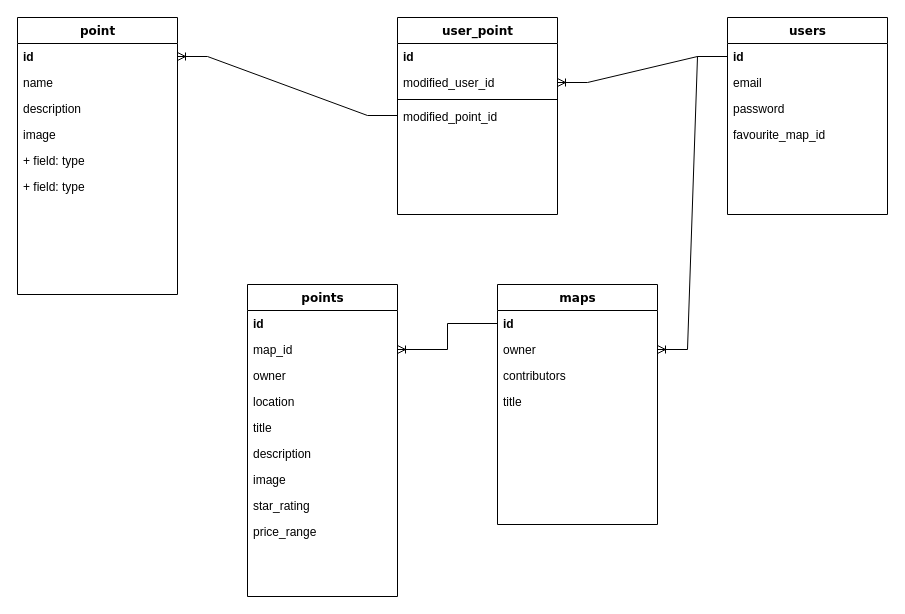
Ruanruanx/wikiMap keeps this draw.io diagram as planning/ERD.drawio. Above is the earlier version. Source tidied: cells renumbered, new cells numbered last; positions are measured from the earlier drawing's top-left corner, leaving out a move shared by most shapes. Both pictures are drawn from the tidied source at 100%, with x=0, y=0 at pixel (17, 17).
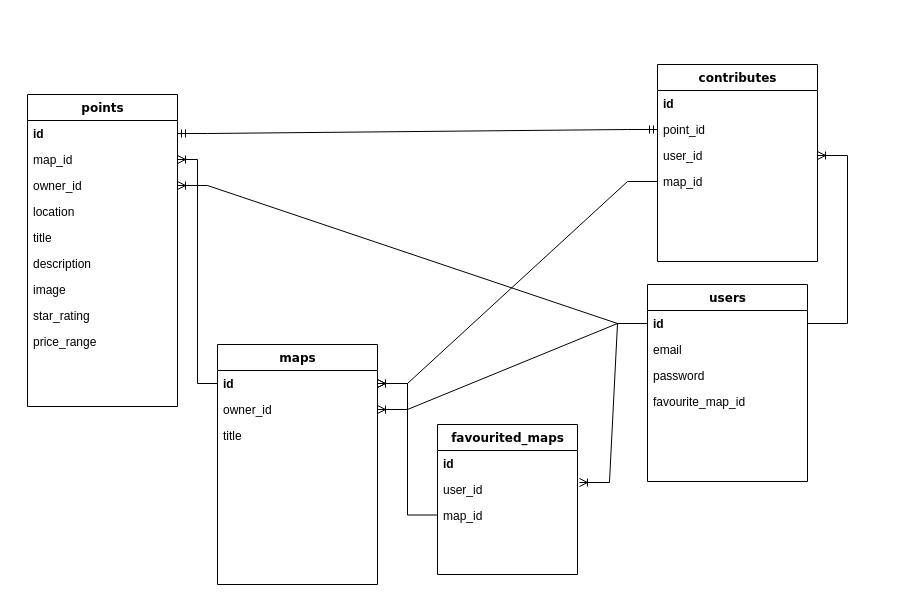
The same diagram, later.

The change refers to these unchanged cells:
```xml
<mxCell id="3" value="&lt;b&gt;id&lt;/b&gt;" style="text;html=1;strokeColor=none;fillColor=none;align=left;verticalAlign=top;spacingLeft=4;spacingRight=4;whiteSpace=wrap;overflow=hidden;points=[[0,0.5],[1,0.5]];portConstraint=eastwest;" parent="2" vertex="1">
  <mxGeometry y="26" width="160" height="26" as="geometry" />
</mxCell>
<mxCell id="15" value="&lt;b&gt;id&lt;/b&gt;" style="text;html=1;strokeColor=none;fillColor=none;align=left;verticalAlign=top;spacingLeft=4;spacingRight=4;whiteSpace=wrap;overflow=hidden;points=[[0,0.5],[1,0.5]];portConstraint=eastwest;" parent="14" vertex="1">
  <mxGeometry y="26" width="160" height="26" as="geometry" />
</mxCell>
<mxCell id="28" value="id" style="text;html=1;strokeColor=none;fillColor=none;align=left;verticalAlign=top;spacingLeft=4;spacingRight=4;whiteSpace=wrap;overflow=hidden;points=[[0,0.5],[1,0.5]];portConstraint=eastwest;fontStyle=1;" parent="27" vertex="1">
  <mxGeometry y="26" width="150" height="26" as="geometry" />
</mxCell>
```

Diff of the diagram source:
```diff
@@
     <mxCell id="2" value="maps" style="swimlane;html=1;fontStyle=1;align=center;verticalAlign=top;horizontal=1;startSize=26;swimlaneFillColor=#ffffff;rounded=0;shadow=0;comic=0;labelBackgroundColor=none;strokeWidth=1;fillColor=none;fontFamily=Verdana;fontSize=12;" parent="1" vertex="1">
-      <mxGeometry x="480" y="267" width="160" height="240" as="geometry" />
+      <mxGeometry x="200" y="327" width="160" height="240" as="geometry" />
     </mxCell>
@@
-    <mxCell id="4" value="owner" style="text;html=1;strokeColor=none;fillColor=none;align=left;verticalAlign=top;spacingLeft=4;spacingRight=4;whiteSpace=wrap;overflow=hidden;points=[[0,0.5],[1,0.5]];portConstraint=eastwest;" parent="2" vertex="1">
+    <mxCell id="4" value="owner_id&lt;br&gt;" style="text;html=1;strokeColor=none;fillColor=none;align=left;verticalAlign=top;spacingLeft=4;spacingRight=4;whiteSpace=wrap;overflow=hidden;points=[[0,0.5],[1,0.5]];portConstraint=eastwest;" parent="2" vertex="1">
       <mxGeometry y="52" width="160" height="26" as="geometry" />
     </mxCell>
-    <mxCell id="5" value="contributors" style="text;html=1;strokeColor=none;fillColor=none;align=left;verticalAlign=top;spacingLeft=4;spacingRight=4;whiteSpace=wrap;overflow=hidden;" parent="2" vertex="1">
-      <mxGeometry y="78" width="160" height="26" as="geometry" />
-    </mxCell>
     <mxCell id="6" value="title" style="text;html=1;strokeColor=none;fillColor=none;align=left;verticalAlign=top;spacingLeft=4;spacingRight=4;whiteSpace=wrap;overflow=hidden;" parent="2" vertex="1">
-      <mxGeometry y="104" width="160" height="25" as="geometry" />
+      <mxGeometry y="78" width="160" height="25" as="geometry" />
     </mxCell>
-    <mxCell id="7" value="point" style="swimlane;html=1;fontStyle=1;align=center;verticalAlign=top;horizontal=1;startSize=26;swimlaneFillColor=#ffffff;rounded=0;shadow=0;comic=0;labelBackgroundColor=none;strokeWidth=1;fillColor=none;fontFamily=Verdana;fontSize=12;" parent="1" vertex="1">
-      <mxGeometry width="160" height="277" as="geometry" />
-    </mxCell>
-    <mxCell id="8" value="id" style="text;html=1;strokeColor=none;fillColor=none;align=left;verticalAlign=top;spacingLeft=4;spacingRight=4;whiteSpace=wrap;overflow=hidden;points=[[0,0.5],[1,0.5]];portConstraint=eastwest;fontStyle=1;" parent="7" vertex="1">
-      <mxGeometry y="26" width="160" height="26" as="geometry" />
-    </mxCell>
-    <mxCell id="9" value="name" style="text;html=1;strokeColor=none;fillColor=none;align=left;verticalAlign=top;spacingLeft=4;spacingRight=4;whiteSpace=wrap;overflow=hidden;" parent="7" vertex="1">
-      <mxGeometry y="52" width="160" height="26" as="geometry" />
-    </mxCell>
-    <mxCell id="10" value="description" style="text;html=1;strokeColor=none;fillColor=none;align=left;verticalAlign=top;spacingLeft=4;spacingRight=4;whiteSpace=wrap;overflow=hidden;" parent="7" vertex="1">
-      <mxGeometry y="78" width="160" height="26" as="geometry" />
-    </mxCell>
-    <mxCell id="11" value="image" style="text;html=1;strokeColor=none;fillColor=none;align=left;verticalAlign=top;spacingLeft=4;spacingRight=4;whiteSpace=wrap;overflow=hidden;" parent="7" vertex="1">
-      <mxGeometry y="104" width="160" height="26" as="geometry" />
-    </mxCell>
-    <mxCell id="12" value="+ field: type" style="text;html=1;strokeColor=none;fillColor=none;align=left;verticalAlign=top;spacingLeft=4;spacingRight=4;whiteSpace=wrap;overflow=hidden;" parent="7" vertex="1">
-      <mxGeometry y="130" width="160" height="26" as="geometry" />
-    </mxCell>
-    <mxCell id="13" value="+ field: type" style="text;html=1;strokeColor=none;fillColor=none;align=left;verticalAlign=top;spacingLeft=4;spacingRight=4;whiteSpace=wrap;overflow=hidden;" parent="7" vertex="1">
-      <mxGeometry y="156" width="160" height="26" as="geometry" />
-    </mxCell>
     <mxCell id="14" value="users" style="swimlane;html=1;fontStyle=1;align=center;verticalAlign=top;horizontal=1;startSize=26;swimlaneFillColor=#ffffff;rounded=0;shadow=0;comic=0;labelBackgroundColor=none;strokeWidth=1;fillColor=none;fontFamily=Verdana;fontSize=12;" parent="1" vertex="1">
-      <mxGeometry x="710" width="160" height="197" as="geometry" />
+      <mxGeometry x="630" y="267" width="160" height="197" as="geometry" />
     </mxCell>
@@
-    <mxCell id="19" value="user_point" style="swimlane;html=1;fontStyle=1;align=center;verticalAlign=top;horizontal=1;startSize=26;swimlaneFillColor=#ffffff;rounded=0;shadow=0;comic=0;labelBackgroundColor=none;strokeWidth=1;fillColor=none;fontFamily=Verdana;fontSize=12;" parent="1" vertex="1">
-      <mxGeometry x="380" width="160" height="197" as="geometry" />
-    </mxCell>
-    <mxCell id="20" value="&lt;b&gt;id&lt;/b&gt;" style="text;html=1;strokeColor=none;fillColor=none;align=left;verticalAlign=top;spacingLeft=4;spacingRight=4;whiteSpace=wrap;overflow=hidden;" parent="19" vertex="1">
-      <mxGeometry y="26" width="160" height="26" as="geometry" />
-    </mxCell>
-    <mxCell id="21" value="modified_user_id" style="text;html=1;strokeColor=none;fillColor=none;align=left;verticalAlign=top;spacingLeft=4;spacingRight=4;whiteSpace=wrap;overflow=hidden;points=[[0,0.5],[1,0.5]];portConstraint=eastwest;" parent="19" vertex="1">
-      <mxGeometry y="52" width="160" height="26" as="geometry" />
-    </mxCell>
-    <mxCell id="22" style="line;html=1;strokeWidth=1;fillColor=none;align=left;verticalAlign=middle;spacingTop=-1;spacingLeft=3;spacingRight=3;labelPosition=right;" parent="19" vertex="1">
-      <mxGeometry y="78" width="160" height="8" as="geometry" />
-    </mxCell>
-    <mxCell id="23" value="modified_point_id" style="text;html=1;strokeColor=none;fillColor=none;align=left;verticalAlign=top;spacingLeft=4;spacingRight=4;whiteSpace=wrap;overflow=hidden;points=[[0,0.5],[1,0.5]];portConstraint=eastwest;" parent="19" vertex="1">
-      <mxGeometry y="86" width="160" height="24" as="geometry" />
-    </mxCell>
-    <mxCell id="24" style="edgeStyle=entityRelationEdgeStyle;fontSize=12;html=1;endArrow=ERoneToMany;rounded=0;exitX=0;exitY=0.5;exitDx=0;exitDy=0;entryX=1;entryY=0.5;entryDx=0;entryDy=0;" parent="1" edge="1" source="15" target="21">
-      <mxGeometry relative="1" as="geometry" />
-    </mxCell>
-    <mxCell id="25" style="edgeStyle=entityRelationEdgeStyle;fontSize=12;html=1;endArrow=ERoneToMany;rounded=0;exitX=0;exitY=0.5;exitDx=0;exitDy=0;" parent="1" edge="1" source="23" target="8">
-      <mxGeometry relative="1" as="geometry" />
-    </mxCell>
@@
     <mxCell id="27" value="points" style="swimlane;html=1;fontStyle=1;align=center;verticalAlign=top;horizontal=1;startSize=26;swimlaneFillColor=#ffffff;rounded=0;shadow=0;comic=0;labelBackgroundColor=none;strokeWidth=1;fillColor=none;fontFamily=Verdana;fontSize=12;" parent="1" vertex="1">
-      <mxGeometry x="230" y="267" width="150" height="312" as="geometry" />
+      <mxGeometry x="10" y="77" width="150" height="312" as="geometry" />
     </mxCell>
@@
-    <mxCell id="30" value="owner" style="text;html=1;strokeColor=none;fillColor=none;align=left;verticalAlign=top;spacingLeft=4;spacingRight=4;whiteSpace=wrap;overflow=hidden;points=[[0,0.5],[1,0.5]];portConstraint=eastwest;" parent="27" vertex="1">
+    <mxCell id="30" value="owner_id" style="text;html=1;strokeColor=none;fillColor=none;align=left;verticalAlign=top;spacingLeft=4;spacingRight=4;whiteSpace=wrap;overflow=hidden;points=[[0,0.5],[1,0.5]];portConstraint=eastwest;" parent="27" vertex="1">
       <mxGeometry y="78" width="150" height="26" as="geometry" />
     </mxCell>
@@
+    <mxCell id="38" value="contributes" style="swimlane;html=1;fontStyle=1;align=center;verticalAlign=top;horizontal=1;startSize=26;swimlaneFillColor=#ffffff;rounded=0;shadow=0;comic=0;labelBackgroundColor=none;strokeWidth=1;fillColor=none;fontFamily=Verdana;fontSize=12;" parent="1" vertex="1">
+      <mxGeometry x="640" y="47" width="160" height="197" as="geometry" />
+    </mxCell>
+    <mxCell id="20" value="&lt;b&gt;id&lt;/b&gt;" style="text;html=1;strokeColor=none;fillColor=none;align=left;verticalAlign=top;spacingLeft=4;spacingRight=4;whiteSpace=wrap;overflow=hidden;" parent="38" vertex="1">
+      <mxGeometry y="26" width="160" height="26" as="geometry" />
+    </mxCell>
+    <mxCell id="39" value="point_id" style="text;html=1;strokeColor=none;fillColor=none;align=left;verticalAlign=top;spacingLeft=4;spacingRight=4;whiteSpace=wrap;overflow=hidden;points=[[0,0.5],[1,0.5]];portConstraint=eastwest;" parent="38" vertex="1">
+      <mxGeometry y="52" width="160" height="26" as="geometry" />
+    </mxCell>
+    <mxCell id="40" value="user_id" style="text;html=1;strokeColor=none;fillColor=none;align=left;verticalAlign=top;spacingLeft=4;spacingRight=4;whiteSpace=wrap;overflow=hidden;points=[[0,0.5],[1,0.5]];portConstraint=eastwest;" parent="38" vertex="1">
+      <mxGeometry y="78" width="160" height="26" as="geometry" />
+    </mxCell>
+    <mxCell id="41" value="map_id" style="text;html=1;strokeColor=none;fillColor=none;align=left;verticalAlign=top;spacingLeft=4;spacingRight=4;whiteSpace=wrap;overflow=hidden;points=[[0,0.5],[1,0.5]];portConstraint=eastwest;" parent="38" vertex="1">
+      <mxGeometry y="104" width="160" height="26" as="geometry" />
+    </mxCell>
+    <mxCell id="42" style="edgeStyle=entityRelationEdgeStyle;fontSize=12;html=1;endArrow=ERoneToMany;rounded=0;exitX=1;exitY=0.5;exitDx=0;exitDy=0;" parent="1" edge="1" source="15" target="40">
+      <mxGeometry relative="1" as="geometry" />
+    </mxCell>
+    <mxCell id="43" style="edgeStyle=entityRelationEdgeStyle;fontSize=12;html=1;endArrow=ERmandOne;startArrow=ERmandOne;rounded=0;entryX=0;entryY=0.5;entryDx=0;entryDy=0;exitX=1;exitY=0.5;exitDx=0;exitDy=0;" parent="1" edge="1" source="28" target="39">
+      <mxGeometry relative="1" as="geometry" />
+    </mxCell>
+    <mxCell id="44" style="edgeStyle=entityRelationEdgeStyle;fontSize=12;html=1;endArrow=ERoneToMany;rounded=0;entryX=1;entryY=0.5;entryDx=0;entryDy=0;" parent="1" edge="1" source="15" target="30">
+      <mxGeometry relative="1" as="geometry" />
+    </mxCell>
+    <mxCell id="45" style="edgeStyle=entityRelationEdgeStyle;fontSize=12;html=1;endArrow=ERoneToMany;rounded=0;exitX=0;exitY=0.5;exitDx=0;exitDy=0;" parent="1" edge="1" source="41" target="3">
+      <mxGeometry relative="1" as="geometry" />
+    </mxCell>
+    <mxCell id="46" value="favourited_maps" style="swimlane;html=1;fontStyle=1;align=center;verticalAlign=top;horizontal=1;startSize=26;swimlaneFillColor=#ffffff;rounded=0;shadow=0;comic=0;labelBackgroundColor=none;strokeWidth=1;fillColor=none;fontFamily=Verdana;fontSize=12;" parent="1" vertex="1">
+      <mxGeometry x="420" y="407" width="140" height="150" as="geometry" />
+    </mxCell>
+    <mxCell id="8" value="&lt;b&gt;id&lt;/b&gt;" style="text;html=1;strokeColor=none;fillColor=none;align=left;verticalAlign=top;spacingLeft=4;spacingRight=4;whiteSpace=wrap;overflow=hidden;points=[[0,0.5],[1,0.5]];portConstraint=eastwest;" parent="46" vertex="1">
+      <mxGeometry y="26" width="140" height="26" as="geometry" />
+    </mxCell>
+    <mxCell id="47" value="user_id" style="text;html=1;strokeColor=none;fillColor=none;align=left;verticalAlign=top;spacingLeft=4;spacingRight=4;whiteSpace=wrap;overflow=hidden;points=[[0,0.5],[1,0.5]];portConstraint=eastwest;" parent="46" vertex="1">
+      <mxGeometry y="52" width="140" height="26" as="geometry" />
+    </mxCell>
+    <mxCell id="48" value="map_id" style="text;html=1;strokeColor=none;fillColor=none;align=left;verticalAlign=top;spacingLeft=4;spacingRight=4;whiteSpace=wrap;overflow=hidden;points=[[0,0.5],[1,0.5]];portConstraint=eastwest;" parent="46" vertex="1">
+      <mxGeometry y="78" width="140" height="25" as="geometry" />
+    </mxCell>
+    <mxCell id="49" style="edgeStyle=entityRelationEdgeStyle;fontSize=12;html=1;endArrow=ERoneToMany;rounded=0;exitX=0;exitY=0.5;exitDx=0;exitDy=0;entryX=1.014;entryY=0.231;entryDx=0;entryDy=0;entryPerimeter=0;" parent="1" edge="1" source="15" target="47">
+      <mxGeometry relative="1" as="geometry" />
+    </mxCell>
+    <mxCell id="50" style="edgeStyle=entityRelationEdgeStyle;fontSize=12;html=1;endArrow=ERoneToMany;rounded=0;" parent="1" edge="1" source="48" target="3">
+      <mxGeometry relative="1" as="geometry" />
+    </mxCell>
```
